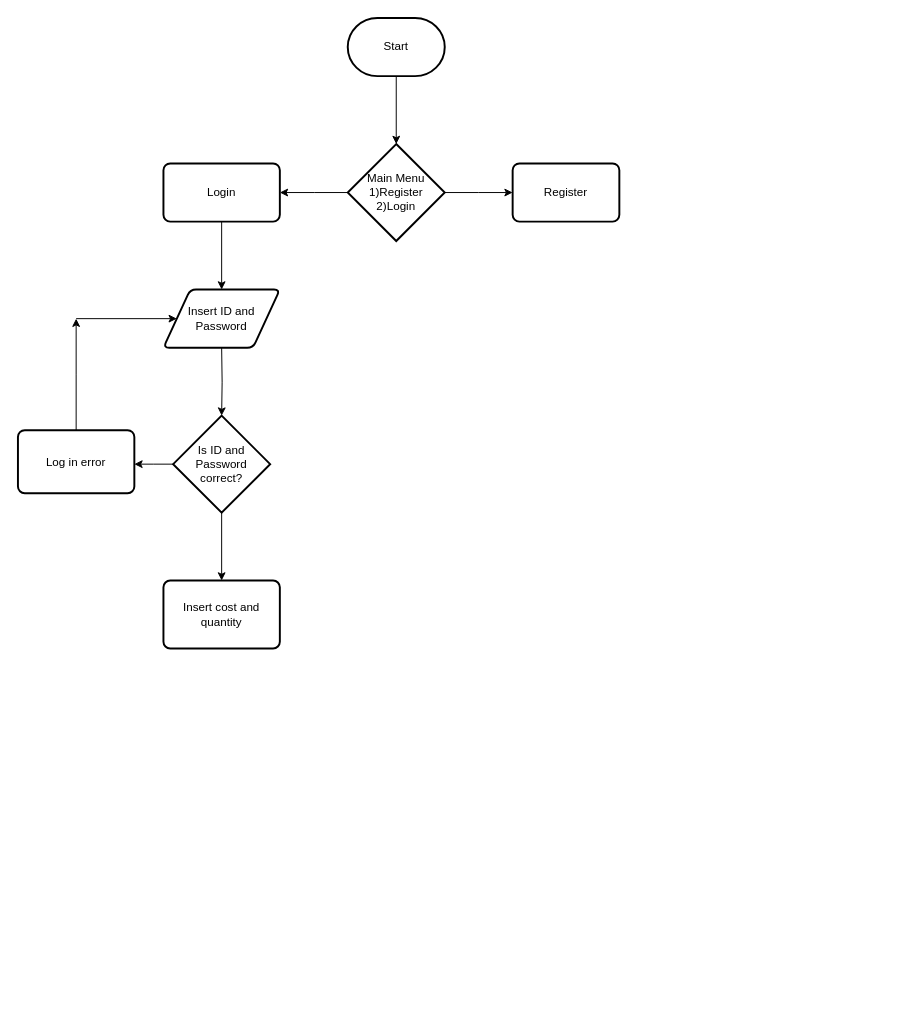
Before: Untitled Diagram.drawio in alfredtan132/javajam, a draw.io diagram. Source tidied: cells renumbered, new cells numbered last; positions are measured from the earlier drawing's top-left corner, leaving out a move shared by most shapes. Both pictures are drawn from the tidied source at 97%, with x=0, y=0 at pixel (17, 17).
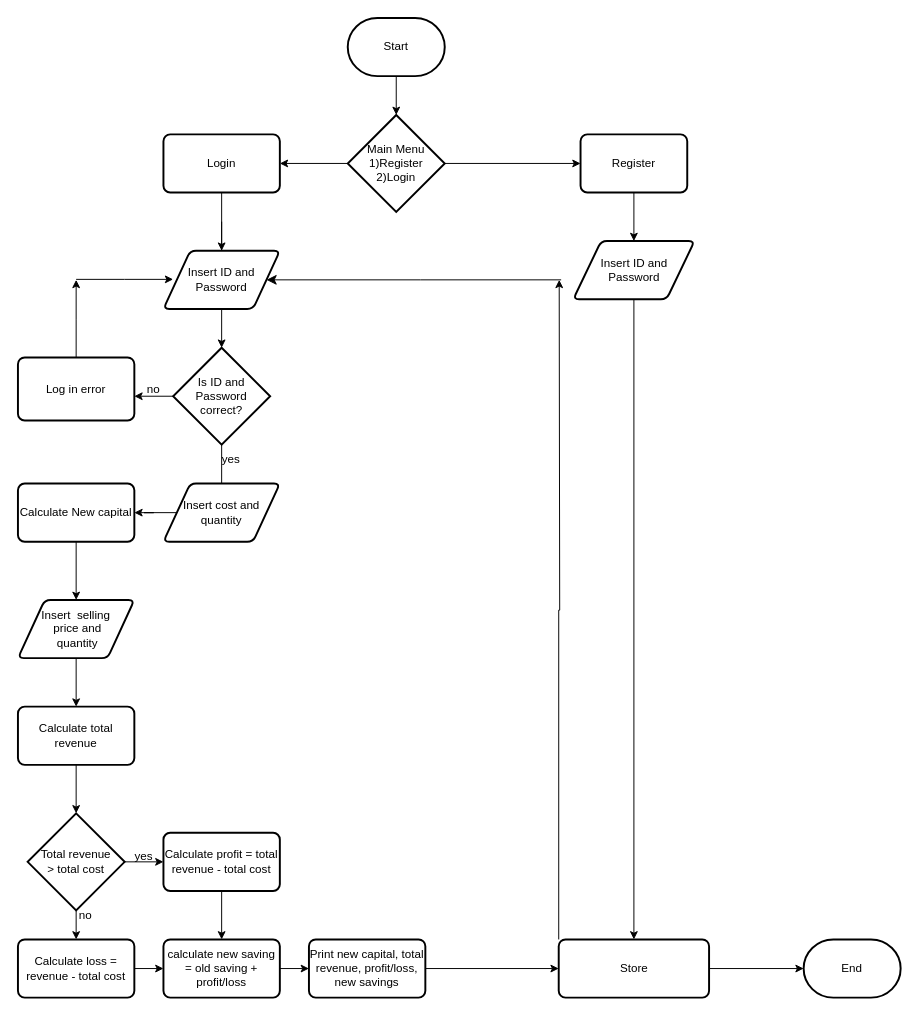
Above is the later version.

The edit, as a diff of the source:
```diff
@@
-    <mxCell id="4" style="edgeStyle=orthogonalEdgeStyle;rounded=0;jettySize=auto;html=1;" parent="1" edge="1" source="6">
-      <mxGeometry relative="1" as="geometry">
-        <mxPoint x="510" y="180" as="targetPoint" />
-      </mxGeometry>
+    <mxCell id="4" style="edgeStyle=orthogonalEdgeStyle;rounded=0;jettySize=auto;html=1;entryX=0;entryY=0.5;entryDx=0;entryDy=0;" parent="1" edge="1" source="6" target="17">
+      <mxGeometry relative="1" as="geometry" />
     </mxCell>
-    <mxCell id="5" style="edgeStyle=orthogonalEdgeStyle;rounded=0;jettySize=auto;html=1;" parent="1" edge="1" source="6">
-      <mxGeometry relative="1" as="geometry">
-        <mxPoint x="270" y="180" as="targetPoint" />
-      </mxGeometry>
+    <mxCell id="5" style="edgeStyle=orthogonalEdgeStyle;rounded=0;jettySize=auto;html=1;entryX=1;entryY=0.5;entryDx=0;entryDy=0;" parent="1" edge="1" source="6" target="16">
+      <mxGeometry relative="1" as="geometry" />
     </mxCell>
     <mxCell id="6" value="Main Menu&lt;br&gt;1)Register&lt;br&gt;2)Login" style="strokeWidth=2;html=1;shape=mxgraph.flowchart.decision;whiteSpace=wrap;" parent="1" vertex="1">
-      <mxGeometry x="340" y="130" width="100" height="100" as="geometry" />
+      <mxGeometry x="340" y="100" width="100" height="100" as="geometry" />
     </mxCell>
@@
-    <mxCell id="9" style="edgeStyle=orthogonalEdgeStyle;rounded=0;jettySize=auto;html=1;" parent="1" edge="1" source="11">
-      <mxGeometry relative="1" as="geometry">
-        <mxPoint x="120" y="460" as="targetPoint" />
-      </mxGeometry>
+    <mxCell id="9" style="edgeStyle=orthogonalEdgeStyle;rounded=0;jettySize=auto;html=1;entryX=1;entryY=0.615;entryDx=0;entryDy=0;entryPerimeter=0;" parent="1" edge="1" source="11" target="14">
+      <mxGeometry relative="1" as="geometry" />
     </mxCell>
-    <mxCell id="10" style="edgeStyle=orthogonalEdgeStyle;rounded=0;jettySize=auto;html=1;exitX=0.5;exitY=1;exitDx=0;exitDy=0;exitPerimeter=0;entryX=0.5;entryY=0;entryDx=0;entryDy=0;" parent="1" edge="1" source="11" target="18">
-      <mxGeometry relative="1" as="geometry" />
+    <mxCell id="10" style="edgeStyle=orthogonalEdgeStyle;rounded=0;jettySize=auto;html=1;exitX=0.5;exitY=1;exitDx=0;exitDy=0;exitPerimeter=0;" parent="1" edge="1" source="11">
+      <mxGeometry relative="1" as="geometry">
+        <mxPoint x="210" y="530" as="targetPoint" />
+      </mxGeometry>
     </mxCell>
     <mxCell id="11" value="Is ID and Password &lt;br&gt;correct?" style="strokeWidth=2;html=1;shape=mxgraph.flowchart.decision;whiteSpace=wrap;" parent="1" vertex="1">
-      <mxGeometry x="160" y="410" width="100" height="100" as="geometry" />
+      <mxGeometry x="160" y="340" width="100" height="100" as="geometry" />
     </mxCell>
+    <mxCell id="19" style="edgeStyle=orthogonalEdgeStyle;rounded=0;jettySize=auto;html=1;entryX=0.5;entryY=0;entryDx=0;entryDy=0;entryPerimeter=0;" parent="1" edge="1" source="12" target="11">
+      <mxGeometry relative="1" as="geometry" />
+    </mxCell>
     <mxCell id="12" value="Insert ID and Password" style="shape=parallelogram;html=1;strokeWidth=2;perimeter=parallelogramPerimeter;whiteSpace=wrap;rounded=1;arcSize=12;size=0.23;" parent="1" vertex="1">
-      <mxGeometry x="150" y="280" width="120" height="60" as="geometry" />
+      <mxGeometry x="150" y="240" width="120" height="60" as="geometry" />
     </mxCell>
     <mxCell id="13" style="edgeStyle=orthogonalEdgeStyle;rounded=0;jettySize=auto;html=1;" parent="1" edge="1" source="14">
       <mxGeometry relative="1" as="geometry">
-        <mxPoint x="60" y="310" as="targetPoint" />
+        <mxPoint x="60" y="270" as="targetPoint" />
       </mxGeometry>
     </mxCell>
     <mxCell id="14" value="Log in error" style="rounded=1;whiteSpace=wrap;html=1;absoluteArcSize=1;arcSize=14;strokeWidth=2;" parent="1" vertex="1">
-      <mxGeometry y="425" width="120" height="65" as="geometry" />
+      <mxGeometry y="350" width="120" height="65" as="geometry" />
     </mxCell>
-    <mxCell id="15" style="endArrow=classic;html=1;rounded=0;entryX=0;entryY=0.5;entryDx=0;entryDy=0;" parent="1" edge="1" target="12">
+    <mxCell id="15" style="endArrow=classic;html=1;rounded=0;entryX=0;entryY=0.5;entryDx=0;entryDy=0;" parent="1" edge="1">
       <mxGeometry relative="1" as="geometry">
-        <mxPoint x="60" y="310" as="sourcePoint" />
+        <mxPoint x="60" y="269.5" as="sourcePoint" />
+        <mxPoint x="160" y="269.5" as="targetPoint" />
+        <Array as="points">
+          <mxPoint x="110" y="269.5" />
+        </Array>
       </mxGeometry>
     </mxCell>
+    <mxCell id="20" style="edgeStyle=orthogonalEdgeStyle;rounded=0;jettySize=auto;html=1;exitX=0.5;exitY=1;exitDx=0;exitDy=0;entryX=0.5;entryY=0;entryDx=0;entryDy=0;" parent="1" edge="1" source="16" target="12">
+      <mxGeometry relative="1" as="geometry" />
+    </mxCell>
     <mxCell id="16" value="Login" style="rounded=1;whiteSpace=wrap;html=1;absoluteArcSize=1;arcSize=14;strokeWidth=2;" parent="1" vertex="1">
-      <mxGeometry x="150" y="150" width="120" height="60" as="geometry" />
+      <mxGeometry x="150" y="120" width="120" height="60" as="geometry" />
     </mxCell>
+    <mxCell id="21" style="edgeStyle=orthogonalEdgeStyle;rounded=0;jettySize=auto;html=1;exitX=0.5;exitY=1;exitDx=0;exitDy=0;entryX=0.5;entryY=0;entryDx=0;entryDy=0;" parent="1" edge="1" source="17" target="46">
+      <mxGeometry relative="1" as="geometry" />
+    </mxCell>
     <mxCell id="17" value="Register" style="rounded=1;whiteSpace=wrap;html=1;absoluteArcSize=1;arcSize=14;strokeWidth=2;" parent="1" vertex="1">
-      <mxGeometry x="510" y="150" width="110" height="60" as="geometry" />
+      <mxGeometry x="580" y="120" width="110" height="60" as="geometry" />
     </mxCell>
+    <mxCell id="22" style="edgeStyle=orthogonalEdgeStyle;rounded=0;jettySize=auto;html=1;exitX=0;exitY=0.5;exitDx=0;exitDy=0;entryX=1;entryY=0.5;entryDx=0;entryDy=0;" parent="1" edge="1" source="18" target="24">
+      <mxGeometry relative="1" as="geometry" />
+    </mxCell>
-    <mxCell id="18" value="Insert cost and quantity" style="rounded=1;whiteSpace=wrap;html=1;absoluteArcSize=1;arcSize=14;strokeWidth=2;" parent="1" vertex="1">
-      <mxGeometry x="150" y="580" width="120" height="70" as="geometry" />
+    <mxCell id="18" value="Insert cost and quantity" style="shape=parallelogram;html=1;strokeWidth=2;perimeter=parallelogramPerimeter;whiteSpace=wrap;rounded=1;arcSize=12;size=0.23;" parent="1" vertex="1">
+      <mxGeometry x="150" y="480" width="120" height="60" as="geometry" />
     </mxCell>
+    <mxCell id="23" style="edgeStyle=orthogonalEdgeStyle;rounded=0;jettySize=auto;html=1;exitX=0.5;exitY=1;exitDx=0;exitDy=0;" parent="1" edge="1" source="24" target="28">
+      <mxGeometry relative="1" as="geometry" />
+    </mxCell>
+    <mxCell id="24" value="Calculate New capital" style="rounded=1;whiteSpace=wrap;html=1;absoluteArcSize=1;arcSize=14;strokeWidth=2;" parent="1" vertex="1">
+      <mxGeometry y="480" width="120" height="60" as="geometry" />
+    </mxCell>
+    <mxCell id="25" style="edgeStyle=orthogonalEdgeStyle;rounded=0;jettySize=auto;html=1;exitX=0.5;exitY=1;exitDx=0;exitDy=0;entryX=0.5;entryY=0;entryDx=0;entryDy=0;entryPerimeter=0;" parent="1" edge="1" source="26" target="37">
+      <mxGeometry relative="1" as="geometry" />
+    </mxCell>
+    <mxCell id="26" value="Calculate total revenue" style="rounded=1;whiteSpace=wrap;html=1;absoluteArcSize=1;arcSize=14;strokeWidth=2;" parent="1" vertex="1">
+      <mxGeometry y="710" width="120" height="60" as="geometry" />
+    </mxCell>
+    <mxCell id="27" style="edgeStyle=orthogonalEdgeStyle;rounded=0;jettySize=auto;html=1;exitX=0.5;exitY=1;exitDx=0;exitDy=0;entryX=0.5;entryY=0;entryDx=0;entryDy=0;" parent="1" edge="1" source="28" target="26">
+      <mxGeometry relative="1" as="geometry" />
+    </mxCell>
+    <mxCell id="28" value="Insert&amp;nbsp; selling&lt;br&gt;&amp;nbsp;price and&lt;br&gt;&amp;nbsp;quantity" style="shape=parallelogram;html=1;strokeWidth=2;perimeter=parallelogramPerimeter;whiteSpace=wrap;rounded=1;arcSize=12;size=0.23;" parent="1" vertex="1">
+      <mxGeometry y="600" width="120" height="60" as="geometry" />
+    </mxCell>
+    <mxCell id="29" style="edgeStyle=orthogonalEdgeStyle;rounded=0;jettySize=auto;html=1;exitX=0.5;exitY=1;exitDx=0;exitDy=0;" parent="1" edge="1" source="30" target="32">
+      <mxGeometry relative="1" as="geometry" />
+    </mxCell>
+    <mxCell id="30" value="Calculate profit = total revenue - total cost" style="rounded=1;whiteSpace=wrap;html=1;absoluteArcSize=1;arcSize=14;strokeWidth=2;" parent="1" vertex="1">
+      <mxGeometry x="150" y="840" width="120" height="60" as="geometry" />
+    </mxCell>
+    <mxCell id="31" style="edgeStyle=orthogonalEdgeStyle;rounded=0;jettySize=auto;html=1;exitX=1;exitY=0.5;exitDx=0;exitDy=0;entryX=0;entryY=0.5;entryDx=0;entryDy=0;" parent="1" edge="1" source="32" target="39">
+      <mxGeometry relative="1" as="geometry" />
+    </mxCell>
+    <mxCell id="32" value="calculate new saving = old saving + profit/loss" style="rounded=1;whiteSpace=wrap;html=1;absoluteArcSize=1;arcSize=14;strokeWidth=2;" parent="1" vertex="1">
+      <mxGeometry x="150" y="950" width="120" height="60" as="geometry" />
+    </mxCell>
+    <mxCell id="33" style="edgeStyle=orthogonalEdgeStyle;rounded=0;jettySize=auto;html=1;exitX=1;exitY=0.5;exitDx=0;exitDy=0;entryX=0;entryY=0.5;entryDx=0;entryDy=0;" parent="1" edge="1" source="34" target="32">
+      <mxGeometry relative="1" as="geometry" />
+    </mxCell>
+    <mxCell id="34" value="Calculate loss = revenue - total cost" style="rounded=1;whiteSpace=wrap;html=1;absoluteArcSize=1;arcSize=14;strokeWidth=2;" parent="1" vertex="1">
+      <mxGeometry y="950" width="120" height="60" as="geometry" />
+    </mxCell>
+    <mxCell id="35" style="edgeStyle=orthogonalEdgeStyle;rounded=0;jettySize=auto;html=1;exitX=1;exitY=0.5;exitDx=0;exitDy=0;exitPerimeter=0;entryX=0;entryY=0.5;entryDx=0;entryDy=0;" parent="1" edge="1" source="37" target="30">
+      <mxGeometry relative="1" as="geometry" />
+    </mxCell>
+    <mxCell id="36" style="edgeStyle=orthogonalEdgeStyle;rounded=0;jettySize=auto;html=1;exitX=0.5;exitY=1;exitDx=0;exitDy=0;exitPerimeter=0;entryX=0.5;entryY=0;entryDx=0;entryDy=0;" parent="1" edge="1" source="37" target="34">
+      <mxGeometry relative="1" as="geometry" />
+    </mxCell>
+    <mxCell id="37" value="Total revenue &lt;br&gt;&amp;gt; total cost" style="strokeWidth=2;html=1;shape=mxgraph.flowchart.decision;whiteSpace=wrap;" parent="1" vertex="1">
+      <mxGeometry x="10" y="820" width="100" height="100" as="geometry" />
+    </mxCell>
+    <mxCell id="38" style="edgeStyle=orthogonalEdgeStyle;rounded=0;jettySize=auto;html=1;exitX=1;exitY=0.5;exitDx=0;exitDy=0;" parent="1" edge="1" source="39" target="42">
+      <mxGeometry relative="1" as="geometry" />
+    </mxCell>
+    <mxCell id="39" value="Print new capital, total revenue, profit/loss,&lt;br&gt;new savings" style="rounded=1;whiteSpace=wrap;html=1;absoluteArcSize=1;arcSize=14;strokeWidth=2;" parent="1" vertex="1">
+      <mxGeometry x="300" y="950" width="120" height="60" as="geometry" />
+    </mxCell>
+    <mxCell id="40" style="edgeStyle=orthogonalEdgeStyle;rounded=0;jettySize=auto;html=1;exitX=0;exitY=0;exitDx=0;exitDy=0;" parent="1" edge="1" source="42">
+      <mxGeometry relative="1" as="geometry">
+        <mxPoint x="558" y="270" as="targetPoint" />
+      </mxGeometry>
+    </mxCell>
+    <mxCell id="41" style="edgeStyle=orthogonalEdgeStyle;rounded=0;jettySize=auto;html=1;exitX=1;exitY=0.5;exitDx=0;exitDy=0;entryX=0;entryY=0.5;entryDx=0;entryDy=0;entryPerimeter=0;" parent="1" edge="1" source="42" target="48">
+      <mxGeometry relative="1" as="geometry" />
+    </mxCell>
+    <mxCell id="42" value="Store" style="rounded=1;whiteSpace=wrap;html=1;absoluteArcSize=1;arcSize=14;strokeWidth=2;" parent="1" vertex="1">
+      <mxGeometry x="557.5" y="950" width="155" height="60" as="geometry" />
+    </mxCell>
+    <mxCell id="43" value="yes" style="text;html=1;strokeColor=none;fillColor=none;align=center;verticalAlign=middle;whiteSpace=wrap;rounded=0;" parent="1" vertex="1">
+      <mxGeometry x="190" y="440" width="60" height="30" as="geometry" />
+    </mxCell>
+    <mxCell id="44" value="no" style="text;html=1;strokeColor=none;fillColor=none;align=center;verticalAlign=middle;whiteSpace=wrap;rounded=0;" parent="1" vertex="1">
+      <mxGeometry x="110" y="367.5" width="60" height="30" as="geometry" />
+    </mxCell>
+    <mxCell id="45" style="edgeStyle=orthogonalEdgeStyle;rounded=0;jettySize=auto;html=1;exitX=0.5;exitY=1;exitDx=0;exitDy=0;" parent="1" edge="1" source="46" target="42">
+      <mxGeometry relative="1" as="geometry" />
+    </mxCell>
+    <mxCell id="46" value="Insert ID and Password" style="shape=parallelogram;html=1;strokeWidth=2;perimeter=parallelogramPerimeter;whiteSpace=wrap;rounded=1;arcSize=12;size=0.23;" parent="1" vertex="1">
+      <mxGeometry x="572.5" y="230" width="125" height="60" as="geometry" />
+    </mxCell>
+    <mxCell id="47" style="edgeStyle=elbowEdgeStyle;elbow=horizontal;endArrow=classic;html=1;curved=0;rounded=0;endSize=8;startSize=8;" parent="1" edge="1" target="12">
+      <mxGeometry relative="1" as="geometry">
+        <mxPoint x="560" y="270" as="sourcePoint" />
+      </mxGeometry>
+    </mxCell>
+    <mxCell id="48" value="End" style="strokeWidth=2;html=1;shape=mxgraph.flowchart.terminator;whiteSpace=wrap;" parent="1" vertex="1">
+      <mxGeometry x="810" y="950" width="100" height="60" as="geometry" />
+    </mxCell>
+    <mxCell id="49" value="yes" style="text;html=1;strokeColor=none;fillColor=none;align=center;verticalAlign=middle;whiteSpace=wrap;rounded=0;" parent="1" vertex="1">
+      <mxGeometry x="100" y="850" width="60" height="30" as="geometry" />
+    </mxCell>
+    <mxCell id="50" value="no" style="text;html=1;strokeColor=none;fillColor=none;align=center;verticalAlign=middle;whiteSpace=wrap;rounded=0;" parent="1" vertex="1">
+      <mxGeometry x="40" y="910" width="60" height="30" as="geometry" />
+    </mxCell>
```
